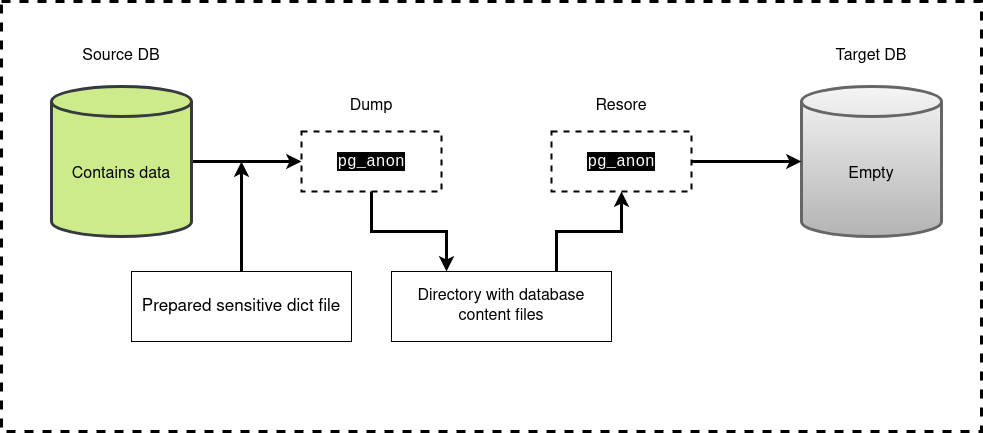
Above: images/Dump-Resore-Terms.drawio.png in TantorLabs/pg_anon (draw.io), before the change. Source tidied: cells renumbered, new cells last; positions are measured from the earlier drawing's top-left corner, leaving out a move shared by most shapes. Source of this version:
```xml
<mxGraphModel>
  <root>
    <mxCell id="0" />
    <mxCell id="1" parent="0" />
    <mxCell id="2" style="rounded=0;whiteSpace=wrap;html=1;strokeWidth=3;fillColor=none;dashed=1;" parent="1" vertex="1">
      <mxGeometry width="980" height="430" as="geometry" />
    </mxCell>
    <mxCell id="3" style="edgeStyle=orthogonalEdgeStyle;rounded=0;jettySize=auto;html=1;exitX=1;exitY=0.5;exitDx=0;exitDy=0;exitPerimeter=0;entryX=0;entryY=0.5;entryDx=0;entryDy=0;strokeWidth=3;" parent="1" edge="1" source="4" target="9">
      <mxGeometry relative="1" as="geometry" />
    </mxCell>
    <mxCell id="4" value="&lt;font face=&quot;Helvetica&quot; style=&quot;font-size: 16px;&quot;&gt;Contains data&lt;/font&gt;" style="shape=cylinder3;whiteSpace=wrap;html=1;boundedLbl=1;backgroundOutline=1;size=15;strokeWidth=3;fillColor=#cdeb8b;strokeColor=#36393d;" parent="1" vertex="1">
      <mxGeometry x="50" y="85" width="140" height="150" as="geometry" />
    </mxCell>
    <mxCell id="5" value="&lt;font face=&quot;Helvetica&quot; style=&quot;font-size: 16px;&quot;&gt;Empty&lt;/font&gt;" style="shape=cylinder3;whiteSpace=wrap;html=1;boundedLbl=1;backgroundOutline=1;size=15;strokeWidth=3;fillColor=#f5f5f5;strokeColor=#666666;gradientColor=#b3b3b3;" parent="1" vertex="1">
      <mxGeometry x="800" y="85" width="140" height="150" as="geometry" />
    </mxCell>
    <mxCell id="6" value="&lt;font style=&quot;font-size: 16px;&quot;&gt;Source DB&lt;/font&gt;" style="text;html=1;align=center;verticalAlign=middle;whiteSpace=wrap;rounded=0;" parent="1" vertex="1">
      <mxGeometry x="45" y="30" width="150" height="50" as="geometry" />
    </mxCell>
    <mxCell id="7" value="&lt;font style=&quot;font-size: 16px;&quot;&gt;Target DB&lt;/font&gt;" style="text;html=1;align=center;verticalAlign=middle;whiteSpace=wrap;rounded=0;" parent="1" vertex="1">
      <mxGeometry x="795" y="30" width="150" height="50" as="geometry" />
    </mxCell>
    <mxCell id="8" style="edgeStyle=orthogonalEdgeStyle;rounded=0;jettySize=auto;html=1;entryX=0.25;entryY=0;entryDx=0;entryDy=0;strokeWidth=3;" parent="1" edge="1" source="9" target="16">
      <mxGeometry relative="1" as="geometry" />
    </mxCell>
    <mxCell id="9" value="&lt;font color=&quot;#ffffff&quot; style=&quot;font-size: 16px; background-color: rgb(0, 0, 0);&quot; face=&quot;Courier New&quot;&gt;pg_anon&lt;/font&gt;" style="rounded=0;whiteSpace=wrap;html=1;strokeWidth=2;dashed=1;fillColor=none;" parent="1" vertex="1">
      <mxGeometry x="300" y="130" width="140" height="60" as="geometry" />
    </mxCell>
    <mxCell id="10" style="edgeStyle=orthogonalEdgeStyle;rounded=0;jettySize=auto;html=1;entryX=0.75;entryY=0;entryDx=0;entryDy=0;strokeWidth=3;startArrow=classic;startFill=1;endArrow=none;endFill=0;" parent="1" edge="1" source="11" target="16">
      <mxGeometry relative="1" as="geometry" />
    </mxCell>
    <mxCell id="11" value="&lt;font color=&quot;#ffffff&quot; style=&quot;font-size: 16px; background-color: rgb(0, 0, 0);&quot; face=&quot;Courier New&quot;&gt;pg_anon&lt;/font&gt;" style="rounded=0;whiteSpace=wrap;html=1;strokeWidth=2;dashed=1;fillColor=none;" parent="1" vertex="1">
      <mxGeometry x="550" y="130" width="140" height="60" as="geometry" />
    </mxCell>
    <mxCell id="12" value="&lt;font style=&quot;font-size: 16px;&quot; face=&quot;Helvetica&quot;&gt;Dump&lt;/font&gt;" style="text;html=1;align=center;verticalAlign=middle;whiteSpace=wrap;rounded=0;" parent="1" vertex="1">
      <mxGeometry x="295" y="80" width="150" height="50" as="geometry" />
    </mxCell>
    <mxCell id="13" value="&lt;font style=&quot;font-size: 16px;&quot;&gt;Resore&lt;/font&gt;" style="text;html=1;align=center;verticalAlign=middle;whiteSpace=wrap;rounded=0;" parent="1" vertex="1">
      <mxGeometry x="545" y="80" width="150" height="50" as="geometry" />
    </mxCell>
    <mxCell id="14" style="edgeStyle=orthogonalEdgeStyle;rounded=0;jettySize=auto;html=1;strokeWidth=3;" parent="1" edge="1" source="15">
      <mxGeometry relative="1" as="geometry">
        <mxPoint x="240" y="160" as="targetPoint" />
      </mxGeometry>
    </mxCell>
    <mxCell id="15" value="&lt;div&gt;&lt;pre style=&quot;font-size: 12.8pt;&quot;&gt;&lt;font style=&quot;background-color: rgb(255, 255, 255);&quot; face=&quot;Helvetica&quot;&gt;Prepared sensitive dict file&lt;/font&gt;&lt;/pre&gt;&lt;/div&gt;" style="rounded=0;whiteSpace=wrap;html=1;" parent="1" vertex="1">
      <mxGeometry x="130" y="270" width="220" height="70" as="geometry" />
    </mxCell>
    <mxCell id="16" value="&lt;font style=&quot;font-size: 16px;&quot;&gt;&lt;span style=&quot;white-space: pre-wrap;&quot; class=&quot;EzKURWReUAB5oZgtQNkl&quot;&gt;Directory&lt;/span&gt;&lt;span style=&quot;white-space: pre-wrap;&quot;&gt; &lt;/span&gt;&lt;span style=&quot;white-space: pre-wrap;&quot; class=&quot;EzKURWReUAB5oZgtQNkl&quot;&gt;with&lt;/span&gt;&lt;span style=&quot;white-space: pre-wrap;&quot;&gt; &lt;/span&gt;&lt;span style=&quot;white-space: pre-wrap;&quot; class=&quot;EzKURWReUAB5oZgtQNkl&quot;&gt;database&lt;/span&gt;&lt;span style=&quot;white-space: pre-wrap;&quot;&gt; &lt;/span&gt;&lt;span style=&quot;white-space: pre-wrap;&quot; class=&quot;EzKURWReUAB5oZgtQNkl&quot;&gt;content&lt;/span&gt;&lt;span style=&quot;white-space: pre-wrap;&quot;&gt; &lt;/span&gt;&lt;span style=&quot;white-space: pre-wrap;&quot; class=&quot;EzKURWReUAB5oZgtQNkl&quot;&gt;files&lt;/span&gt;&lt;/font&gt;" style="rounded=0;whiteSpace=wrap;html=1;" parent="1" vertex="1">
      <mxGeometry x="390" y="270" width="220" height="70" as="geometry" />
    </mxCell>
    <mxCell id="17" style="edgeStyle=orthogonalEdgeStyle;rounded=0;jettySize=auto;html=1;exitX=1;exitY=0.5;exitDx=0;exitDy=0;entryX=0;entryY=0.5;entryDx=0;entryDy=0;entryPerimeter=0;strokeWidth=3;" parent="1" edge="1" source="11" target="5">
      <mxGeometry relative="1" as="geometry" />
    </mxCell>
  </root>
</mxGraphModel>
```
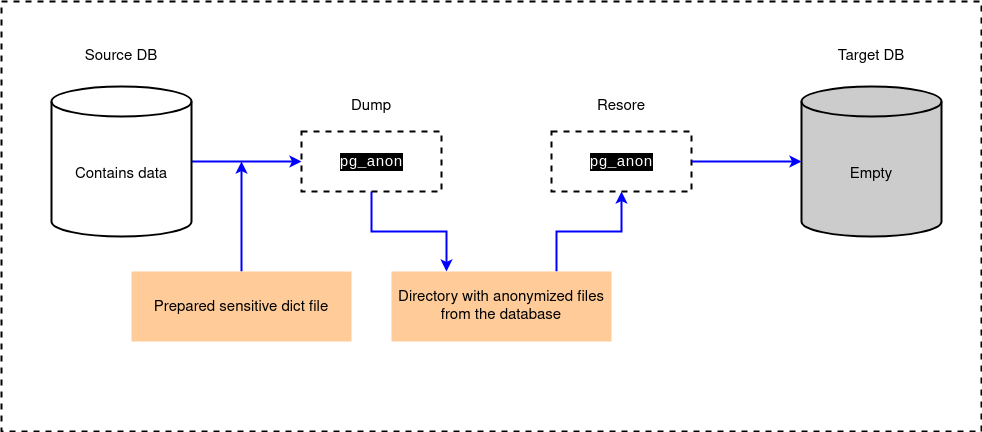
The same file after the commit.

The edit, as a diff of the source:
```diff
@@ -2,54 +2,54 @@
   <root>
     <mxCell id="0" />
     <mxCell id="1" parent="0" />
-    <mxCell id="2" style="rounded=0;whiteSpace=wrap;html=1;strokeWidth=3;fillColor=none;dashed=1;" parent="1" vertex="1">
+    <mxCell id="2" style="rounded=0;whiteSpace=wrap;html=1;strokeWidth=2;fillColor=none;dashed=1;" parent="1" vertex="1">
       <mxGeometry width="980" height="430" as="geometry" />
     </mxCell>
-    <mxCell id="3" style="edgeStyle=orthogonalEdgeStyle;rounded=0;jettySize=auto;html=1;exitX=1;exitY=0.5;exitDx=0;exitDy=0;exitPerimeter=0;entryX=0;entryY=0.5;entryDx=0;entryDy=0;strokeWidth=3;" parent="1" edge="1" source="4" target="9">
+    <mxCell id="3" style="edgeStyle=orthogonalEdgeStyle;rounded=0;jettySize=auto;html=1;exitX=1;exitY=0.5;exitDx=0;exitDy=0;exitPerimeter=0;entryX=0;entryY=0.5;entryDx=0;entryDy=0;strokeWidth=2;strokeColor=#0000FF;" parent="1" edge="1" source="4" target="9">
       <mxGeometry relative="1" as="geometry" />
     </mxCell>
-    <mxCell id="4" value="&lt;font face=&quot;Helvetica&quot; style=&quot;font-size: 16px;&quot;&gt;Contains data&lt;/font&gt;" style="shape=cylinder3;whiteSpace=wrap;html=1;boundedLbl=1;backgroundOutline=1;size=15;strokeWidth=3;fillColor=#cdeb8b;strokeColor=#36393d;" parent="1" vertex="1">
+    <mxCell id="4" value="&lt;font face=&quot;Helvetica&quot; style=&quot;font-size: 15px;&quot;&gt;Contains data&lt;/font&gt;" style="shape=cylinder3;whiteSpace=wrap;html=1;boundedLbl=1;backgroundOutline=1;size=15;strokeWidth=2;fontSize=15;" parent="1" vertex="1">
       <mxGeometry x="50" y="85" width="140" height="150" as="geometry" />
     </mxCell>
-    <mxCell id="5" value="&lt;font face=&quot;Helvetica&quot; style=&quot;font-size: 16px;&quot;&gt;Empty&lt;/font&gt;" style="shape=cylinder3;whiteSpace=wrap;html=1;boundedLbl=1;backgroundOutline=1;size=15;strokeWidth=3;fillColor=#f5f5f5;strokeColor=#666666;gradientColor=#b3b3b3;" parent="1" vertex="1">
+    <mxCell id="5" value="&lt;font face=&quot;Helvetica&quot; style=&quot;font-size: 15px;&quot;&gt;Empty&lt;/font&gt;" style="shape=cylinder3;whiteSpace=wrap;html=1;boundedLbl=1;backgroundOutline=1;size=15;strokeWidth=2;fillColor=#CCCCCC;strokeColor=#000000;gradientColor=none;fontSize=15;" parent="1" vertex="1">
       <mxGeometry x="800" y="85" width="140" height="150" as="geometry" />
     </mxCell>
-    <mxCell id="6" value="&lt;font style=&quot;font-size: 16px;&quot;&gt;Source DB&lt;/font&gt;" style="text;html=1;align=center;verticalAlign=middle;whiteSpace=wrap;rounded=0;" parent="1" vertex="1">
+    <mxCell id="6" value="&lt;font style=&quot;font-size: 15px;&quot;&gt;Source DB&lt;/font&gt;" style="text;html=1;align=center;verticalAlign=middle;whiteSpace=wrap;rounded=0;fontSize=15;" parent="1" vertex="1">
       <mxGeometry x="45" y="30" width="150" height="50" as="geometry" />
     </mxCell>
-    <mxCell id="7" value="&lt;font style=&quot;font-size: 16px;&quot;&gt;Target DB&lt;/font&gt;" style="text;html=1;align=center;verticalAlign=middle;whiteSpace=wrap;rounded=0;" parent="1" vertex="1">
+    <mxCell id="7" value="&lt;font style=&quot;font-size: 15px;&quot;&gt;Target DB&lt;/font&gt;" style="text;html=1;align=center;verticalAlign=middle;whiteSpace=wrap;rounded=0;fontSize=15;" parent="1" vertex="1">
       <mxGeometry x="795" y="30" width="150" height="50" as="geometry" />
     </mxCell>
-    <mxCell id="8" style="edgeStyle=orthogonalEdgeStyle;rounded=0;jettySize=auto;html=1;entryX=0.25;entryY=0;entryDx=0;entryDy=0;strokeWidth=3;" parent="1" edge="1" source="9" target="16">
+    <mxCell id="8" style="edgeStyle=orthogonalEdgeStyle;rounded=0;jettySize=auto;html=1;entryX=0.25;entryY=0;entryDx=0;entryDy=0;strokeWidth=2;strokeColor=#0000FF;" parent="1" edge="1" source="9" target="16">
       <mxGeometry relative="1" as="geometry" />
     </mxCell>
-    <mxCell id="9" value="&lt;font color=&quot;#ffffff&quot; style=&quot;font-size: 16px; background-color: rgb(0, 0, 0);&quot; face=&quot;Courier New&quot;&gt;pg_anon&lt;/font&gt;" style="rounded=0;whiteSpace=wrap;html=1;strokeWidth=2;dashed=1;fillColor=none;" parent="1" vertex="1">
+    <mxCell id="9" value="&lt;font face=&quot;Courier New&quot; style=&quot;font-size: 15px; background-color: rgb(0, 0, 0);&quot; color=&quot;#ffffff&quot;&gt;pg_anon&lt;/font&gt;" style="rounded=0;whiteSpace=wrap;html=1;strokeWidth=2;dashed=1;fillColor=none;fontSize=15;fontFamily=Roboto Mono;fontSource=https%3A%2F%2Ffonts.googleapis.com%2Fcss2%3Ffamily%3DRoboto%2BMono%26display%3Dswap;" parent="1" vertex="1">
       <mxGeometry x="300" y="130" width="140" height="60" as="geometry" />
     </mxCell>
-    <mxCell id="10" style="edgeStyle=orthogonalEdgeStyle;rounded=0;jettySize=auto;html=1;entryX=0.75;entryY=0;entryDx=0;entryDy=0;strokeWidth=3;startArrow=classic;startFill=1;endArrow=none;endFill=0;" parent="1" edge="1" source="11" target="16">
+    <mxCell id="10" style="edgeStyle=orthogonalEdgeStyle;rounded=0;jettySize=auto;html=1;entryX=0.75;entryY=0;entryDx=0;entryDy=0;strokeWidth=2;startArrow=classic;startFill=1;endArrow=none;endFill=0;strokeColor=#0000FF;" parent="1" edge="1" source="11" target="16">
       <mxGeometry relative="1" as="geometry" />
     </mxCell>
-    <mxCell id="11" value="&lt;font color=&quot;#ffffff&quot; style=&quot;font-size: 16px; background-color: rgb(0, 0, 0);&quot; face=&quot;Courier New&quot;&gt;pg_anon&lt;/font&gt;" style="rounded=0;whiteSpace=wrap;html=1;strokeWidth=2;dashed=1;fillColor=none;" parent="1" vertex="1">
+    <mxCell id="11" value="&lt;font face=&quot;Courier New&quot; style=&quot;font-size: 15px; background-color: rgb(0, 0, 0);&quot; color=&quot;#ffffff&quot;&gt;pg_anon&lt;/font&gt;" style="rounded=0;whiteSpace=wrap;html=1;strokeWidth=2;dashed=1;fillColor=none;fontSize=15;fontFamily=Roboto Mono;fontSource=https%3A%2F%2Ffonts.googleapis.com%2Fcss2%3Ffamily%3DRoboto%2BMono%26display%3Dswap;" parent="1" vertex="1">
       <mxGeometry x="550" y="130" width="140" height="60" as="geometry" />
     </mxCell>
-    <mxCell id="12" value="&lt;font style=&quot;font-size: 16px;&quot; face=&quot;Helvetica&quot;&gt;Dump&lt;/font&gt;" style="text;html=1;align=center;verticalAlign=middle;whiteSpace=wrap;rounded=0;" parent="1" vertex="1">
+    <mxCell id="12" value="&lt;font face=&quot;Helvetica&quot; style=&quot;font-size: 15px;&quot;&gt;Dump&lt;/font&gt;" style="text;html=1;align=center;verticalAlign=middle;whiteSpace=wrap;rounded=0;fontSize=15;" parent="1" vertex="1">
       <mxGeometry x="295" y="80" width="150" height="50" as="geometry" />
     </mxCell>
-    <mxCell id="13" value="&lt;font style=&quot;font-size: 16px;&quot;&gt;Resore&lt;/font&gt;" style="text;html=1;align=center;verticalAlign=middle;whiteSpace=wrap;rounded=0;" parent="1" vertex="1">
+    <mxCell id="13" value="&lt;font style=&quot;font-size: 15px;&quot;&gt;Resore&lt;/font&gt;" style="text;html=1;align=center;verticalAlign=middle;whiteSpace=wrap;rounded=0;fontSize=15;" parent="1" vertex="1">
       <mxGeometry x="545" y="80" width="150" height="50" as="geometry" />
     </mxCell>
-    <mxCell id="14" style="edgeStyle=orthogonalEdgeStyle;rounded=0;jettySize=auto;html=1;strokeWidth=3;" parent="1" edge="1" source="15">
+    <mxCell id="14" style="edgeStyle=orthogonalEdgeStyle;rounded=0;jettySize=auto;html=1;strokeWidth=2;strokeColor=#0000FF;" parent="1" edge="1" source="15">
       <mxGeometry relative="1" as="geometry">
         <mxPoint x="240" y="160" as="targetPoint" />
       </mxGeometry>
     </mxCell>
-    <mxCell id="15" value="&lt;div&gt;&lt;pre style=&quot;font-size: 12.8pt;&quot;&gt;&lt;font style=&quot;background-color: rgb(255, 255, 255);&quot; face=&quot;Helvetica&quot;&gt;Prepared sensitive dict file&lt;/font&gt;&lt;/pre&gt;&lt;/div&gt;" style="rounded=0;whiteSpace=wrap;html=1;" parent="1" vertex="1">
+    <mxCell id="15" value="&lt;div style=&quot;font-size: 15px;&quot;&gt;&lt;pre style=&quot;font-size: 15px;&quot;&gt;&lt;font face=&quot;Helvetica&quot; style=&quot;font-size: 15px;&quot;&gt;Prepared sensitive dict file&lt;/font&gt;&lt;/pre&gt;&lt;/div&gt;" style="rounded=0;whiteSpace=wrap;html=1;fontSize=15;strokeWidth=2;fillColor=#FFCC99;strokeColor=none;" parent="1" vertex="1">
       <mxGeometry x="130" y="270" width="220" height="70" as="geometry" />
     </mxCell>
-    <mxCell id="16" value="&lt;font style=&quot;font-size: 16px;&quot;&gt;&lt;span style=&quot;white-space: pre-wrap;&quot; class=&quot;EzKURWReUAB5oZgtQNkl&quot;&gt;Directory&lt;/span&gt;&lt;span style=&quot;white-space: pre-wrap;&quot;&gt; &lt;/span&gt;&lt;span style=&quot;white-space: pre-wrap;&quot; class=&quot;EzKURWReUAB5oZgtQNkl&quot;&gt;with&lt;/span&gt;&lt;span style=&quot;white-space: pre-wrap;&quot;&gt; &lt;/span&gt;&lt;span style=&quot;white-space: pre-wrap;&quot; class=&quot;EzKURWReUAB5oZgtQNkl&quot;&gt;database&lt;/span&gt;&lt;span style=&quot;white-space: pre-wrap;&quot;&gt; &lt;/span&gt;&lt;span style=&quot;white-space: pre-wrap;&quot; class=&quot;EzKURWReUAB5oZgtQNkl&quot;&gt;content&lt;/span&gt;&lt;span style=&quot;white-space: pre-wrap;&quot;&gt; &lt;/span&gt;&lt;span style=&quot;white-space: pre-wrap;&quot; class=&quot;EzKURWReUAB5oZgtQNkl&quot;&gt;files&lt;/span&gt;&lt;/font&gt;" style="rounded=0;whiteSpace=wrap;html=1;" parent="1" vertex="1">
+    <mxCell id="16" value="&lt;span style=&quot;white-space: pre-wrap;&quot; class=&quot;EzKURWReUAB5oZgtQNkl&quot;&gt;Directory&lt;/span&gt;&lt;span style=&quot;white-space: pre-wrap;&quot;&gt; &lt;/span&gt;&lt;span style=&quot;white-space: pre-wrap;&quot; class=&quot;EzKURWReUAB5oZgtQNkl&quot;&gt;with&lt;/span&gt;&lt;span style=&quot;white-space: pre-wrap;&quot;&gt; &lt;/span&gt;&lt;span style=&quot;white-space: pre-wrap;&quot; class=&quot;EzKURWReUAB5oZgtQNkl&quot;&gt;anonymized&lt;/span&gt;&lt;span style=&quot;white-space: pre-wrap;&quot;&gt; &lt;/span&gt;&lt;span style=&quot;white-space: pre-wrap;&quot; class=&quot;EzKURWReUAB5oZgtQNkl&quot;&gt;files&lt;/span&gt;&lt;span style=&quot;white-space: pre-wrap;&quot;&gt; &lt;/span&gt;&lt;span style=&quot;white-space: pre-wrap;&quot; class=&quot;EzKURWReUAB5oZgtQNkl&quot;&gt;from&lt;/span&gt;&lt;span style=&quot;white-space: pre-wrap;&quot;&gt; the &lt;/span&gt;&lt;span style=&quot;white-space: pre-wrap;&quot; class=&quot;EzKURWReUAB5oZgtQNkl&quot;&gt;database&lt;/span&gt;" style="rounded=0;whiteSpace=wrap;html=1;fontSize=15;strokeWidth=2;fillColor=#FFCC99;strokeColor=none;" parent="1" vertex="1">
       <mxGeometry x="390" y="270" width="220" height="70" as="geometry" />
     </mxCell>
-    <mxCell id="17" style="edgeStyle=orthogonalEdgeStyle;rounded=0;jettySize=auto;html=1;exitX=1;exitY=0.5;exitDx=0;exitDy=0;entryX=0;entryY=0.5;entryDx=0;entryDy=0;entryPerimeter=0;strokeWidth=3;" parent="1" edge="1" source="11" target="5">
+    <mxCell id="17" style="edgeStyle=orthogonalEdgeStyle;rounded=0;jettySize=auto;html=1;exitX=1;exitY=0.5;exitDx=0;exitDy=0;entryX=0;entryY=0.5;entryDx=0;entryDy=0;entryPerimeter=0;strokeWidth=2;strokeColor=#0000FF;" parent="1" edge="1" source="11" target="5">
       <mxGeometry relative="1" as="geometry" />
     </mxCell>
   </root>
```
